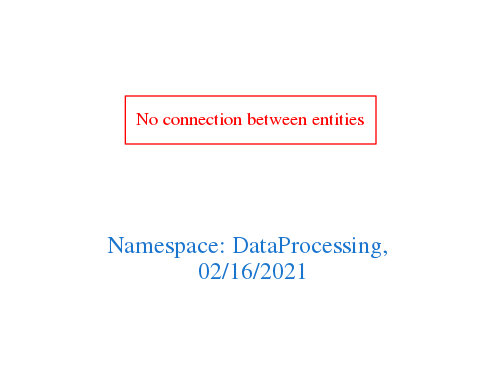
Earlier version of the Graphviz export downloads/DataProcessing.png (arago/OGIT). Its source is kept beside it as downloads/DataProcessing.dot.
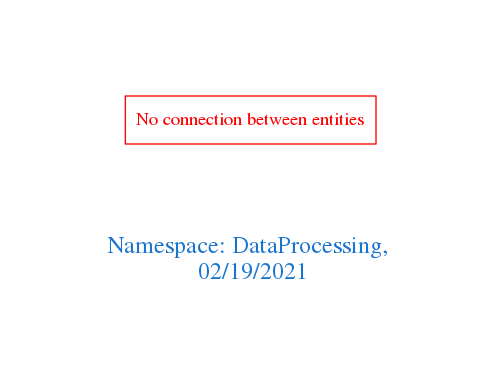
After the change.

Change to the diagram source:
```diff
@@ -1,7 +1,7 @@
 digraph OGIT_ontology {
  graph [ rankdir= LR,pad=1
 fontsize = 18,
-fontcolor= dodgerblue3,label = "\n\n\nNamespace: DataProcessing, \n 02/16/2021"];
+fontcolor= dodgerblue3,label = "\n\n\nNamespace: DataProcessing, \n 02/19/2021"];
 node[shape=polygon];
 edge [  color="gray81"];
 
```
